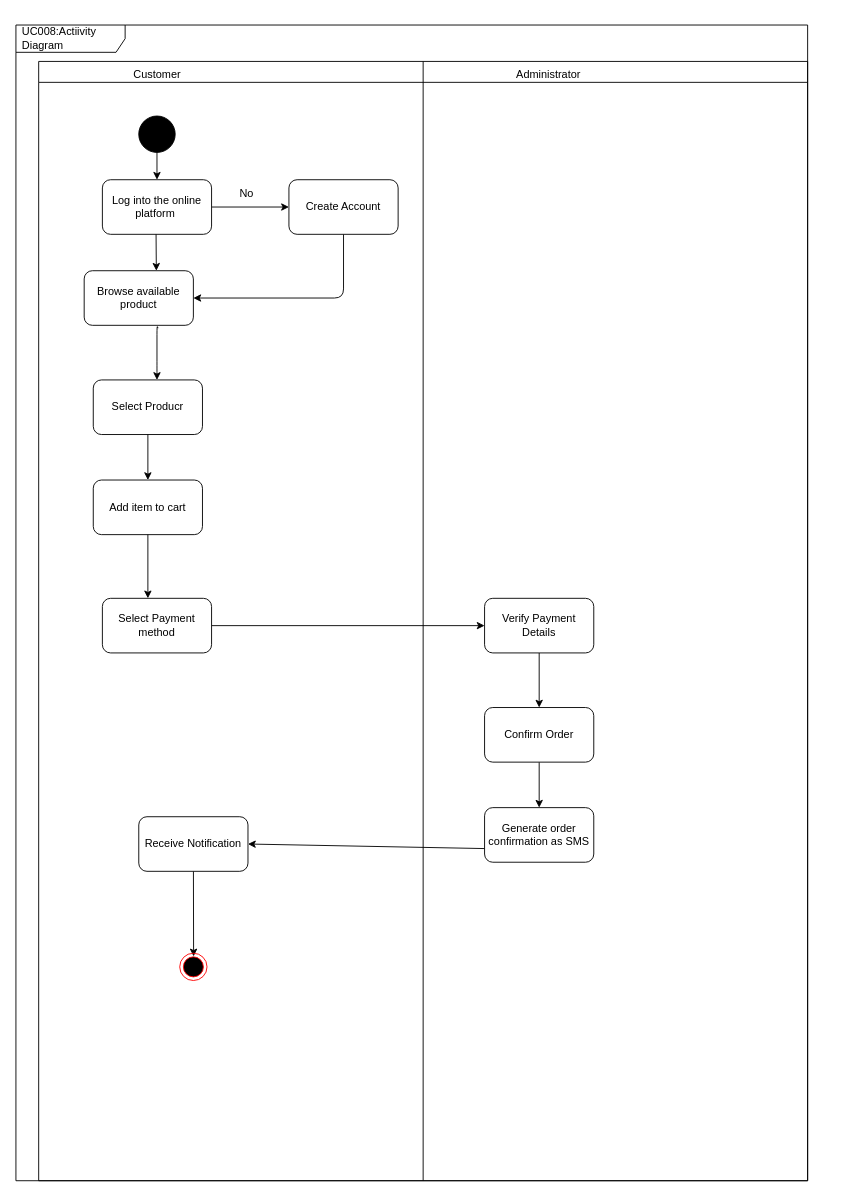
This is proposal/submission/sec02/Allen/UC0008/activitydiagram.drawio from drshahizan/software-engineering, a draw.io file, before an edit. Source tidied: cells renumbered, new cells numbered last; positions are measured from the earlier drawing's top-left corner, leaving out a move shared by most shapes. Both pictures are drawn from the tidied source at 91%, with x=0, y=0 at pixel (15, 25).
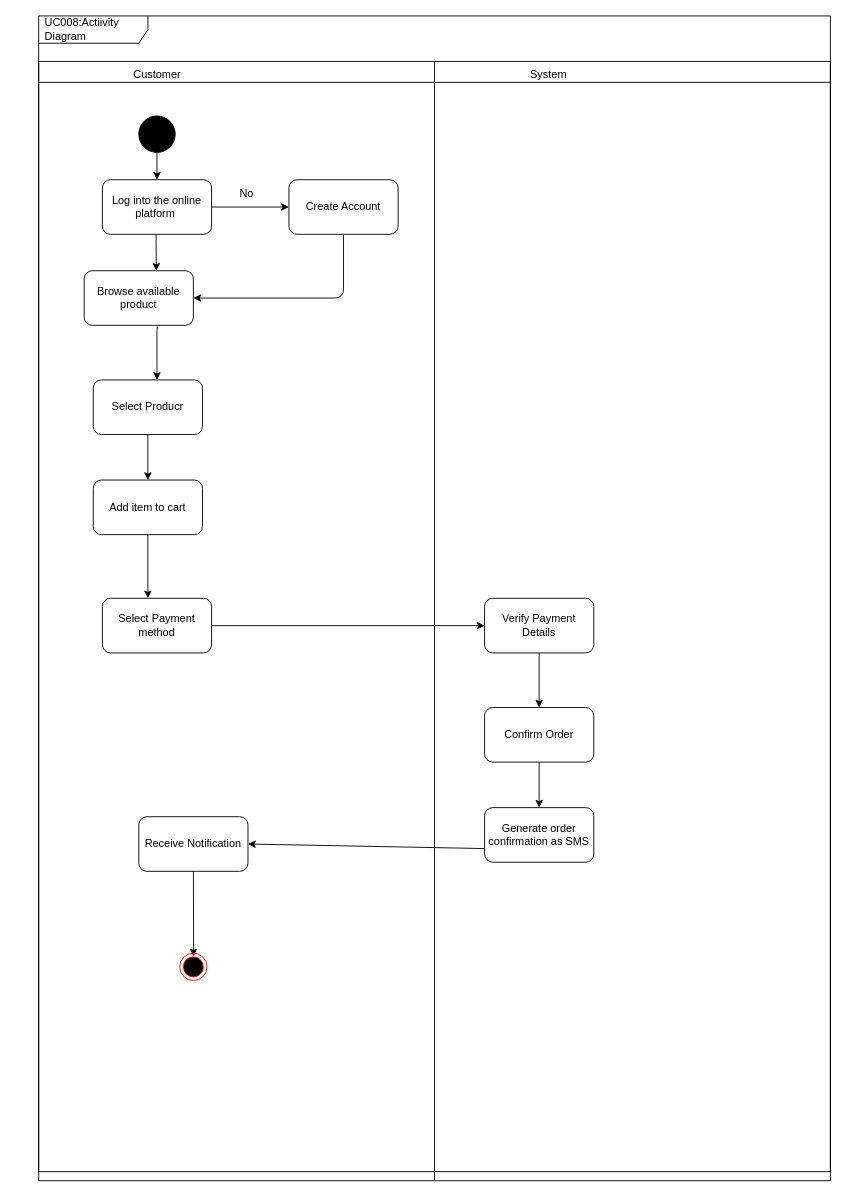
After the change.

What changed in the source:
```diff
@@
     <mxCell id="2" value="&amp;nbsp;" style="swimlane;whiteSpace=wrap;html=1;" parent="1" vertex="1">
-      <mxGeometry x="25" y="40" width="845" height="1230" as="geometry" />
+      <mxGeometry x="25" y="40" width="870" height="1230" as="geometry" />
     </mxCell>
@@
-    <mxCell id="4" value="Administrator" style="text;html=1;align=center;verticalAlign=middle;strokeColor=none;fillColor=none;" parent="2" vertex="1">
-      <mxGeometry x="515" width="90" height="30" as="geometry" />
+    <mxCell id="4" value="System" style="text;html=1;align=center;verticalAlign=middle;strokeColor=none;fillColor=none;" parent="2" vertex="1">
+      <mxGeometry x="530" width="60" height="30" as="geometry" />
     </mxCell>
@@
     <mxCell id="30" value="UC008:Actiivity Diagram" style="shape=umlFrame;whiteSpace=wrap;html=1;width=120;height=30;boundedLbl=1;verticalAlign=middle;align=left;spacingLeft=5;" parent="2" vertex="1">
-      <mxGeometry x="-25" y="-40" width="870" height="1270" as="geometry" />
+      <mxGeometry y="-50" width="870" height="1270" as="geometry" />
     </mxCell>
```
